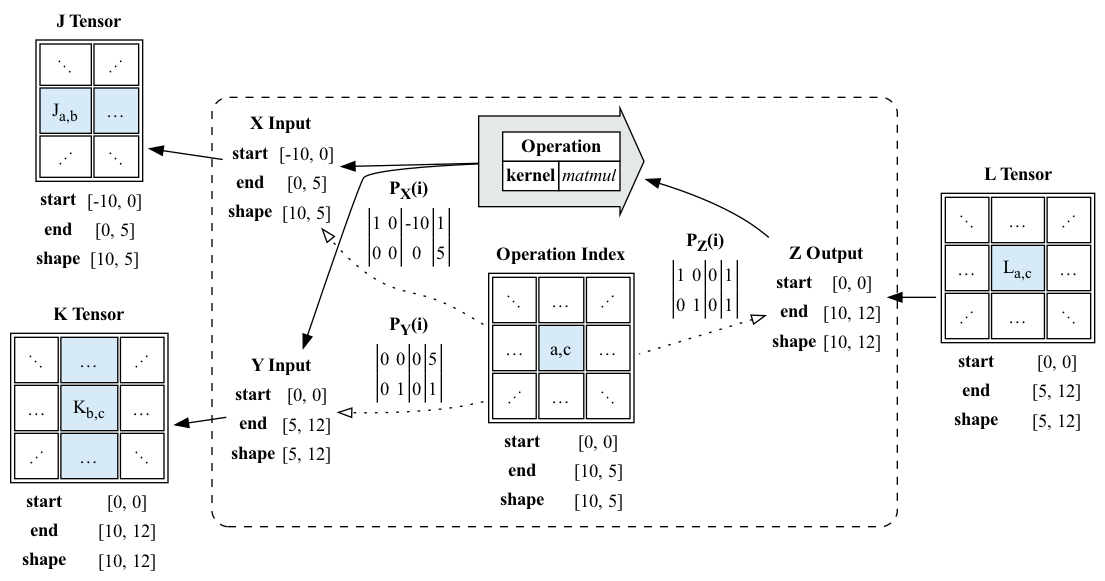
crutcher/tapestry keeps this Graphviz diagram as docs/PolyhedralTypes/PolyhedralTypeSignatures/matmul.example.dot.png. Above is the earlier version. Its source is kept beside it as docs/PolyhedralTypes/PolyhedralTypeSignatures/matmul.example.dot.
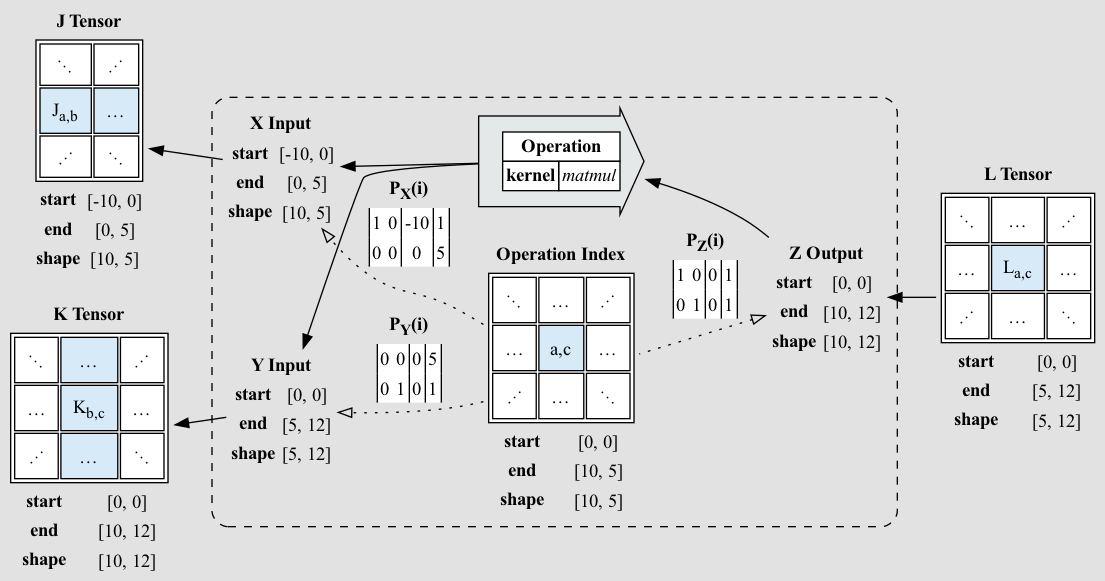
After the change.

Commit message:
Enhance matmul example dot visibility in documentation

This update refines the visualization quality of the matmul.example.dot file in the documentation. Notably, the background color of each table has been set to white to improve contrast and readability. In addition, the overall graph background color has been set to a light gray for better visibility.

The edit, as a diff of the source:
```diff
@@ -1,6 +1,7 @@
 digraph G {
     rankdir=RL;
     newrank=true;
+    bgcolor="#E2E2E2";
 
     j [
         shape="plain"
@@ -8,7 +9,7 @@
 <table border="0">
 <tr><td colspan="2"><b>J Tensor</b></td></tr>
 <tr><td colspan="2">
-        <table cellpadding="8">
+        <table bgcolor="white" cellpadding="8">
             <tr>
                 <td>⋱</td>
                 <td>⋰</td>
@@ -35,7 +36,7 @@
 <table border="0">
 <tr><td colspan="2"><b>K Tensor</b></td></tr>
 <tr><td colspan="2">
-        <table cellpadding="8">
+        <table bgcolor="white" cellpadding="8">
             <tr>
                 <td>⋱</td>
                 <td bgcolor="#D6EAF8">…</td>
@@ -67,7 +68,7 @@
 <table border="0">
 <tr><td colspan="2"><b>L Tensor</b></td></tr>
 <tr><td colspan="2">
-        <table cellpadding="8">
+        <table bgcolor="white" cellpadding="8">
             <tr>
                 <td>⋱</td>
                 <td>…</td>
@@ -102,7 +103,7 @@
 	<table border="0">
     <tr><td colspan="2"><b>Operation Index</b></td></tr>
         <tr><td colspan="2">
-          <table cellpadding="8">
+          <table bgcolor="white" cellpadding="8">
               <tr>
                   <td>⋱</td>
                   <td>…</td>
@@ -196,7 +197,7 @@
   <tr><td><b>P<sub>X</sub>(i)</b></td></tr>
   <tr>
       <td>
-        <table border="0" cellspacing="0" cellborder="1">
+        <table bgcolor="white" border="0" cellspacing="0" cellborder="1">
           <tr><td sides="L">1</td><td sides="R">0</td><td sides="R">-10</td><td sides="R">1</td></tr>
           <tr><td sides="L">0</td><td sides="R">0</td><td sides="R">0</td><td sides="R">5</td></tr>
           </table>
@@ -210,7 +211,7 @@
   <tr><td><b>P<sub>Y</sub>(i)</b></td></tr>
   <tr>
       <td>
-        <table border="0" cellspacing="0" cellborder="1">
+        <table bgcolor="white" border="0" cellspacing="0" cellborder="1">
           <tr><td sides="L">0</td><td sides="R">0</td><td sides="R">0</td><td sides="R">5</td></tr>
           <tr><td sides="L">0</td><td sides="R">1</td><td sides="R">0</td><td sides="R">1</td></tr>
           </table>
@@ -224,7 +225,7 @@
   <tr><td><b>P<sub>Z</sub>(i)</b></td></tr>
   <tr>
       <td>
-        <table border="0" cellspacing="0" cellborder="1">
+        <table bgcolor="white" border="0" cellspacing="0" cellborder="1">
           <tr><td sides="L">1</td><td sides="R">0</td><td sides="R">0</td><td sides="R">1</td></tr>
           <tr><td sides="L">0</td><td sides="R">1</td><td sides="R">0</td><td sides="R">1</td></tr>
           </table>
```
